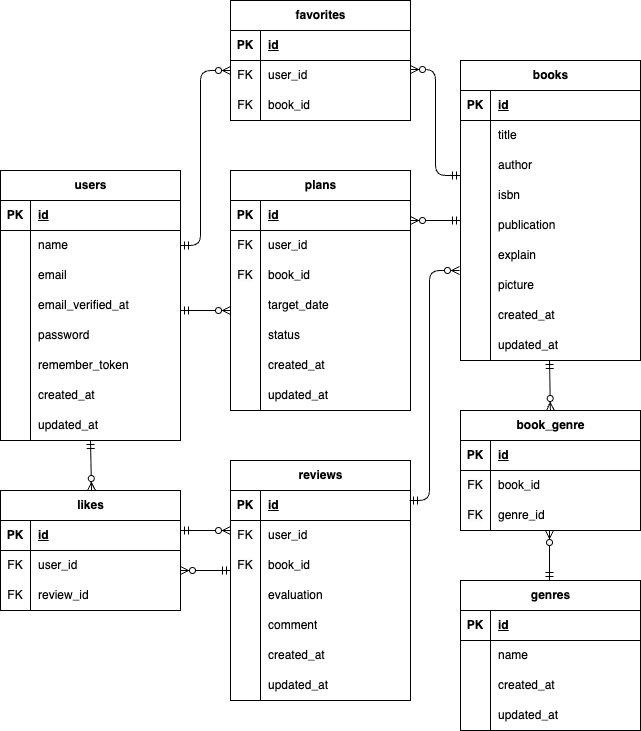
mana1218/bookshelf-app keeps this draw.io diagram as index.drawio.png. Above is the earlier version. Source tidied: cells renumbered, new cells last; positions are measured from the earlier drawing's top-left corner, leaving out a move shared by most shapes.
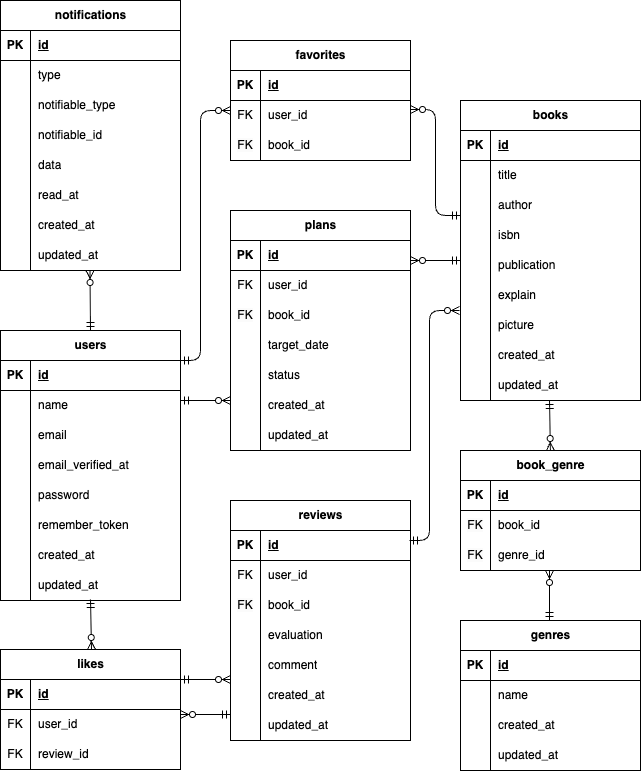
The same diagram one commit later.

Diff of the diagram source:
```diff
@@ -3,7 +3,7 @@
     <mxCell id="0" />
     <mxCell id="1" parent="0" />
     <mxCell id="2" value="users" style="shape=table;startSize=30;rowLines=0;fontStyle=1;align=center;html=1;" parent="1" vertex="1">
-      <mxGeometry y="170" width="180" height="270" as="geometry" />
+      <mxGeometry y="290" width="180" height="270" as="geometry" />
     </mxCell>
     <mxCell id="3" style="shape=tableRow;horizontal=0;startSize=0;swimlaneHead=0;swimlaneBody=0;fillColor=none;points=[[0,0.5],[1,0.5]];portConstraint=eastwest;top=0;left=0;right=0;bottom=1;" parent="2" vertex="1">
       <mxGeometry y="30" width="180" height="30" as="geometry" />
@@ -297,7 +297,7 @@
       <mxGeometry x="30" width="150" height="30" as="geometry" />
     </mxCell>
     <mxCell id="100" value="likes" style="shape=table;startSize=30;rowLines=0;fontStyle=1;align=center;html=1;" parent="1" vertex="1">
-      <mxGeometry y="490" width="180" height="120" as="geometry" />
+      <mxGeometry y="609" width="180" height="120" as="geometry" />
     </mxCell>
     <mxCell id="101" style="shape=tableRow;horizontal=0;startSize=0;swimlaneHead=0;swimlaneBody=0;fillColor=none;top=0;left=0;right=0;bottom=1;" parent="100" vertex="1">
       <mxGeometry y="30" width="180" height="30" as="geometry" />
@@ -364,8 +364,8 @@
     </mxCell>
     <mxCell id="121" style="fontSize=12;html=1;endArrow=ERzeroToMany;startArrow=ERmandOne;" parent="1" edge="1">
       <mxGeometry relative="1" as="geometry">
-        <mxPoint x="180" y="310" as="sourcePoint" />
-        <mxPoint x="230" y="310" as="targetPoint" />
+        <mxPoint x="180" y="360" as="sourcePoint" />
+        <mxPoint x="230" y="360" as="targetPoint" />
       </mxGeometry>
     </mxCell>
     <mxCell id="122" style="fontSize=12;html=1;endArrow=ERzeroToMany;startArrow=ERmandOne;" parent="1" edge="1">
@@ -382,20 +382,20 @@
     </mxCell>
     <mxCell id="124" style="fontSize=12;html=1;endArrow=ERzeroToMany;startArrow=ERmandOne;" parent="1" edge="1">
       <mxGeometry relative="1" as="geometry">
-        <mxPoint x="90" y="440" as="sourcePoint" />
-        <mxPoint x="91" y="490" as="targetPoint" />
+        <mxPoint x="90" y="559" as="sourcePoint" />
+        <mxPoint x="91" y="609" as="targetPoint" />
       </mxGeometry>
     </mxCell>
     <mxCell id="125" style="fontSize=12;html=1;endArrow=ERzeroToMany;startArrow=ERmandOne;" parent="1" edge="1">
       <mxGeometry relative="1" as="geometry">
-        <mxPoint x="230" y="570" as="sourcePoint" />
-        <mxPoint x="180" y="570" as="targetPoint" />
+        <mxPoint x="230" y="674" as="sourcePoint" />
+        <mxPoint x="180" y="674" as="targetPoint" />
       </mxGeometry>
     </mxCell>
     <mxCell id="126" style="fontSize=12;html=1;endArrow=ERzeroToMany;startArrow=ERmandOne;" parent="1" edge="1">
       <mxGeometry relative="1" as="geometry">
-        <mxPoint x="180" y="530" as="sourcePoint" />
-        <mxPoint x="230" y="530" as="targetPoint" />
+        <mxPoint x="180" y="639" as="sourcePoint" />
+        <mxPoint x="230" y="639" as="targetPoint" />
       </mxGeometry>
     </mxCell>
     <mxCell id="127" value="plans" style="shape=table;startSize=30;rowLines=0;fontStyle=1;align=center;html=1;" parent="1" vertex="1">
@@ -464,7 +464,7 @@
     <mxCell id="148" value="updated_at" style="shape=partialRectangle;fillColor=none;top=0;left=0;bottom=0;right=0;align=left;spacingLeft=6;overflow=hidden;whiteSpace=wrap;html=1;" parent="146" vertex="1">
       <mxGeometry x="30" width="150" height="30" as="geometry" />
     </mxCell>
-    <mxCell id="149" style="edgeStyle=elbowEdgeStyle;fontSize=12;html=1;endArrow=ERzeroToMany;startArrow=ERmandOne;exitX=1;exitY=0.5;exitDx=0;exitDy=0;" parent="1" edge="1" source="6">
+    <mxCell id="149" style="edgeStyle=elbowEdgeStyle;fontSize=12;html=1;endArrow=ERzeroToMany;startArrow=ERmandOne;exitX=1;exitY=0;exitDx=0;exitDy=0;exitPerimeter=0;" parent="1" edge="1" source="3">
       <mxGeometry relative="1" as="geometry">
         <mxPoint x="230" y="70" as="targetPoint" />
         <Array as="points">
@@ -486,5 +486,85 @@
         </Array>
       </mxGeometry>
     </mxCell>
+    <mxCell id="152" value="notifications" style="shape=table;startSize=30;rowLines=0;fontStyle=1;align=center;html=1;" parent="1" vertex="1">
+      <mxGeometry y="-40" width="180" height="270" as="geometry" />
+    </mxCell>
+    <mxCell id="153" style="shape=tableRow;horizontal=0;startSize=0;swimlaneHead=0;swimlaneBody=0;fillColor=none;top=0;left=0;right=0;bottom=1;" parent="152" vertex="1">
+      <mxGeometry y="30" width="180" height="30" as="geometry" />
+    </mxCell>
+    <mxCell id="154" value="PK" style="shape=partialRectangle;fillColor=none;top=0;left=0;bottom=0;right=0;fontStyle=1;overflow=hidden;whiteSpace=wrap;html=1;" parent="153" vertex="1">
+      <mxGeometry width="30" height="30" as="geometry" />
+    </mxCell>
+    <mxCell id="155" value="id" style="shape=partialRectangle;fillColor=none;top=0;left=0;bottom=0;right=0;align=left;spacingLeft=6;fontStyle=5;overflow=hidden;whiteSpace=wrap;html=1;" parent="153" vertex="1">
+      <mxGeometry x="30" width="150" height="30" as="geometry" />
+    </mxCell>
+    <mxCell id="156" style="shape=tableRow;horizontal=0;startSize=0;swimlaneHead=0;swimlaneBody=0;fillColor=none;top=0;left=0;right=0;bottom=0;" parent="152" vertex="1">
+      <mxGeometry y="60" width="180" height="30" as="geometry" />
+    </mxCell>
+    <mxCell id="157" style="shape=partialRectangle;fillColor=none;top=0;left=0;bottom=0;right=0;overflow=hidden;whiteSpace=wrap;html=1;" parent="156" vertex="1">
+      <mxGeometry width="30" height="30" as="geometry" />
+    </mxCell>
+    <mxCell id="158" value="type" style="shape=partialRectangle;fillColor=none;top=0;left=0;bottom=0;right=0;align=left;spacingLeft=6;overflow=hidden;whiteSpace=wrap;html=1;" parent="156" vertex="1">
+      <mxGeometry x="30" width="150" height="30" as="geometry" />
+    </mxCell>
+    <mxCell id="159" style="shape=tableRow;horizontal=0;startSize=0;swimlaneHead=0;swimlaneBody=0;fillColor=none;top=0;left=0;right=0;bottom=0;" parent="152" vertex="1">
+      <mxGeometry y="90" width="180" height="30" as="geometry" />
+    </mxCell>
+    <mxCell id="160" style="shape=partialRectangle;fillColor=none;top=0;left=0;bottom=0;right=0;overflow=hidden;whiteSpace=wrap;html=1;" parent="159" vertex="1">
+      <mxGeometry width="30" height="30" as="geometry" />
+    </mxCell>
+    <mxCell id="161" value="notifiable_type" style="shape=partialRectangle;fillColor=none;top=0;left=0;bottom=0;right=0;align=left;spacingLeft=6;overflow=hidden;whiteSpace=wrap;html=1;" parent="159" vertex="1">
+      <mxGeometry x="30" width="150" height="30" as="geometry" />
+    </mxCell>
+    <mxCell id="162" style="shape=tableRow;horizontal=0;startSize=0;swimlaneHead=0;swimlaneBody=0;fillColor=none;top=0;left=0;right=0;bottom=0;" parent="152" vertex="1">
+      <mxGeometry y="120" width="180" height="30" as="geometry" />
+    </mxCell>
+    <mxCell id="163" style="shape=partialRectangle;fillColor=none;top=0;left=0;bottom=0;right=0;overflow=hidden;whiteSpace=wrap;html=1;" parent="162" vertex="1">
+      <mxGeometry width="30" height="30" as="geometry" />
+    </mxCell>
+    <mxCell id="164" value="notifiable_id" style="shape=partialRectangle;fillColor=none;top=0;left=0;bottom=0;right=0;align=left;spacingLeft=6;overflow=hidden;whiteSpace=wrap;html=1;" parent="162" vertex="1">
+      <mxGeometry x="30" width="150" height="30" as="geometry" />
+    </mxCell>
+    <mxCell id="165" style="shape=tableRow;horizontal=0;startSize=0;swimlaneHead=0;swimlaneBody=0;fillColor=none;top=0;left=0;right=0;bottom=0;" parent="152" vertex="1">
+      <mxGeometry y="150" width="180" height="30" as="geometry" />
+    </mxCell>
+    <mxCell id="166" style="shape=partialRectangle;fillColor=none;top=0;left=0;bottom=0;right=0;overflow=hidden;whiteSpace=wrap;html=1;" parent="165" vertex="1">
+      <mxGeometry width="30" height="30" as="geometry" />
+    </mxCell>
+    <mxCell id="167" value="data" style="shape=partialRectangle;fillColor=none;top=0;left=0;bottom=0;right=0;align=left;spacingLeft=6;overflow=hidden;whiteSpace=wrap;html=1;" parent="165" vertex="1">
+      <mxGeometry x="30" width="150" height="30" as="geometry" />
+    </mxCell>
+    <mxCell id="168" style="shape=tableRow;horizontal=0;startSize=0;swimlaneHead=0;swimlaneBody=0;fillColor=none;top=0;left=0;right=0;bottom=0;" parent="152" vertex="1">
+      <mxGeometry y="180" width="180" height="30" as="geometry" />
+    </mxCell>
+    <mxCell id="169" style="shape=partialRectangle;fillColor=none;top=0;left=0;bottom=0;right=0;overflow=hidden;whiteSpace=wrap;html=1;" parent="168" vertex="1">
+      <mxGeometry width="30" height="30" as="geometry" />
+    </mxCell>
+    <mxCell id="170" value="read_at" style="shape=partialRectangle;fillColor=none;top=0;left=0;bottom=0;right=0;align=left;spacingLeft=6;overflow=hidden;whiteSpace=wrap;html=1;" parent="168" vertex="1">
+      <mxGeometry x="30" width="150" height="30" as="geometry" />
+    </mxCell>
+    <mxCell id="171" style="shape=tableRow;horizontal=0;startSize=0;swimlaneHead=0;swimlaneBody=0;fillColor=none;top=0;left=0;right=0;bottom=0;" parent="152" vertex="1">
+      <mxGeometry y="210" width="180" height="30" as="geometry" />
+    </mxCell>
+    <mxCell id="172" style="shape=partialRectangle;fillColor=none;top=0;left=0;bottom=0;right=0;overflow=hidden;whiteSpace=wrap;html=1;" parent="171" vertex="1">
+      <mxGeometry width="30" height="30" as="geometry" />
+    </mxCell>
+    <mxCell id="173" value="created_at" style="shape=partialRectangle;fillColor=none;top=0;left=0;bottom=0;right=0;align=left;spacingLeft=6;overflow=hidden;whiteSpace=wrap;html=1;" parent="171" vertex="1">
+      <mxGeometry x="30" width="150" height="30" as="geometry" />
+    </mxCell>
+    <mxCell id="174" style="shape=tableRow;horizontal=0;startSize=0;swimlaneHead=0;swimlaneBody=0;fillColor=none;top=0;left=0;right=0;bottom=0;" parent="152" vertex="1">
+      <mxGeometry y="240" width="180" height="30" as="geometry" />
+    </mxCell>
+    <mxCell id="175" style="shape=partialRectangle;fillColor=none;top=0;left=0;bottom=0;right=0;overflow=hidden;whiteSpace=wrap;html=1;" parent="174" vertex="1">
+      <mxGeometry width="30" height="30" as="geometry" />
+    </mxCell>
+    <mxCell id="176" value="updated_at" style="shape=partialRectangle;fillColor=none;top=0;left=0;bottom=0;right=0;align=left;spacingLeft=6;overflow=hidden;whiteSpace=wrap;html=1;" parent="174" vertex="1">
+      <mxGeometry x="30" width="150" height="30" as="geometry" />
+    </mxCell>
+    <mxCell id="177" style="fontSize=12;html=1;endArrow=ERzeroToMany;startArrow=ERmandOne;exitX=0.5;exitY=0;exitDx=0;exitDy=0;" parent="1" edge="1" source="2">
+      <mxGeometry relative="1" as="geometry">
+        <mxPoint x="89.5" y="230" as="targetPoint" />
+      </mxGeometry>
+    </mxCell>
   </root>
 </mxGraphModel>
```
